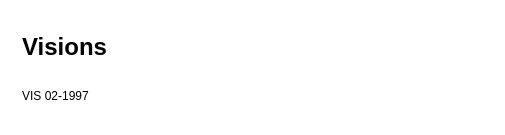
MattyStacks/MTG-Labels keeps this draw.io diagram as mtg-labels.drawio. Above is the earlier version. Source tidied: cells renumbered, new cells numbered last; positions are measured from the earlier drawing's top-left corner, leaving out a move shared by most shapes. Both pictures are drawn from the tidied source at 100%, with x=0, y=0 at pixel (17, 27). Pictures stored in the file or linked from it are replaced by grey dashed boxes.
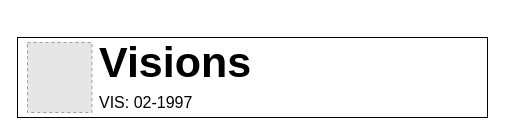
The same diagram, later.

The edit, as a diff of the source:
```diff
@@
 <mxGraphModel>
   <root>
     <mxCell id="0" />
     <mxCell id="1" parent="0" />
-    <mxCell id="2" value="&lt;h1&gt;&lt;span style=&quot;background-color: initial;&quot;&gt;Visions&lt;/span&gt;&lt;/h1&gt;&lt;h1&gt;&lt;span style=&quot;background-color: initial; font-size: 12px; font-weight: normal;&quot;&gt;VIS 02-1997&lt;/span&gt;&lt;br&gt;&lt;/h1&gt;" style="text;html=1;strokeColor=none;fillColor=none;spacing=5;spacingTop=-20;whiteSpace=wrap;overflow=hidden;rounded=0;" parent="1" vertex="1">
-      <mxGeometry width="190" height="90" as="geometry" />
-    </mxCell>
+    <mxCell id="3" style="rounded=0;whiteSpace=wrap;html=1;" parent="1" vertex="1">
+      <mxGeometry y="10" width="470" height="80" as="geometry" />
+    </mxCell>
+    <mxCell id="4" value="&lt;font style=&quot;font-size: 43px;&quot;&gt;Visions&lt;/font&gt;" style="text;strokeColor=none;fillColor=none;html=1;fontSize=24;fontStyle=1;verticalAlign=middle;align=left;" parent="1" vertex="1">
+      <mxGeometry x="80" y="10" width="390" height="50" as="geometry" />
+    </mxCell>
+    <mxCell id="5" value="&lt;font style=&quot;font-size: 16px;&quot;&gt;VIS: 02-1997&lt;/font&gt;" style="text;html=1;strokeColor=none;fillColor=none;align=left;verticalAlign=middle;whiteSpace=wrap;overflow=hidden;" parent="1" vertex="1">
+      <mxGeometry x="80" y="60" width="390" height="30" as="geometry" />
+    </mxCell>
+    <mxCell id="6" style="fillColor=#E6E6E6;strokeColor=#999999;dashed=1;verticalLabelPosition=bottom;labelBackgroundColor=default;verticalAlign=top;" parent="1" vertex="1">
+      <mxGeometry x="10" y="15" width="64.4" height="70" as="geometry" />
+    </mxCell>
   </root>
 </mxGraphModel>
```
